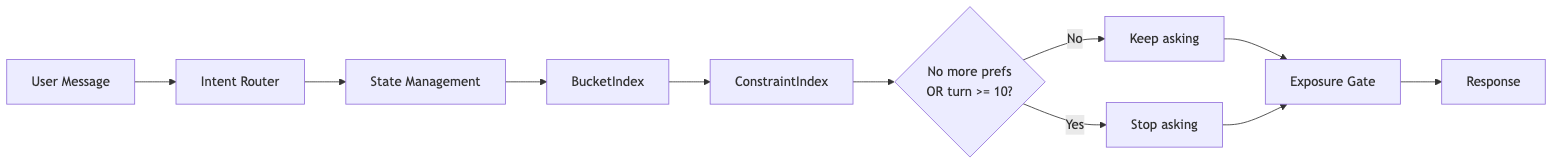
johngao122/techjam-conversational-search keeps this Mermaid diagram as docs/diagrams/simple_flow.png. Above is the earlier version. Its source is kept beside it as docs/diagrams/simple_flow.mmd.
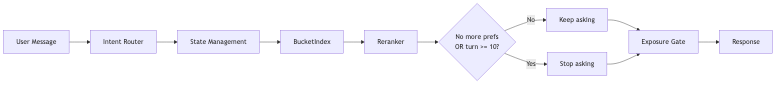
The same diagram one commit later.

Change to the diagram source:
```diff
@@ -2,7 +2,7 @@
     A[User Message] --> B[Intent Router]
     B --> C[State Management]
     C --> D[BucketIndex]
-    D --> E[ConstraintIndex]
+    D --> E[Reranker]
     E --> F{"No more prefs<br/>OR turn >= 10?"}
     F -->|No| G[Keep asking]
     F -->|Yes| H[Stop asking]
```
